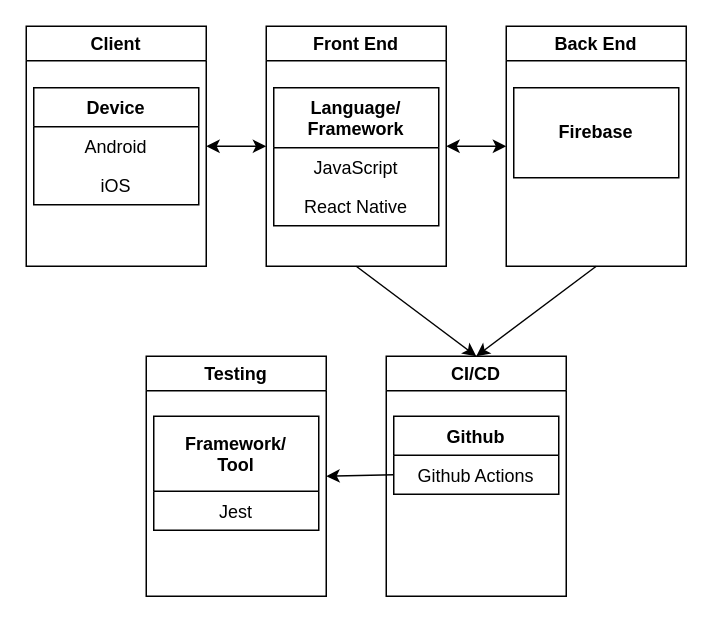
Above: design/Focat System Architecture.drawio in cyr123456789/Focat (draw.io), before the change. Source tidied: cells renumbered, new cells numbered last; positions are measured from the earlier drawing's top-left corner, leaving out a move shared by most shapes. Both pictures are drawn from the tidied source at 150%, with x=0, y=0 at pixel (26, 26).
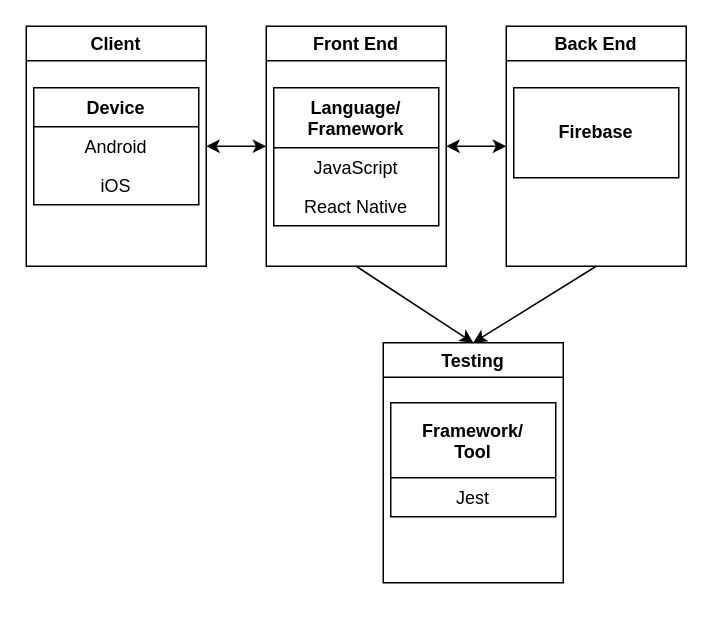
Above is the later version.

Commit message (it also covers changes not shown here):
Remove CICD from tech stack

Unchanged cells that the change refers to:
```xml
<mxCell id="6" value="Front End" style="swimlane;startSize=23;" parent="1" vertex="1">
  <mxGeometry x="160" width="120" height="160" as="geometry" />
</mxCell>
<mxCell id="10" value="Back End" style="swimlane;startSize=23;" parent="1" vertex="1">
  <mxGeometry x="320" width="120" height="160" as="geometry" />
</mxCell>
```

The edit, as a diff of the source:
```diff
@@
-    <mxCell id="12" value="CI/CD" style="swimlane;startSize=23;" parent="1" vertex="1">
-      <mxGeometry x="240" y="220" width="120" height="160" as="geometry" />
-    </mxCell>
-    <mxCell id="13" value="Github" style="swimlane;fontStyle=1;horizontal=1;startSize=26;fillColor=none;" parent="12" vertex="1">
-      <mxGeometry x="5" y="40" width="110" height="52" as="geometry" />
-    </mxCell>
-    <mxCell id="14" value="Github Actions" style="text;strokeColor=none;fillColor=none;align=center;verticalAlign=top;spacingLeft=4;spacingRight=4;overflow=hidden;points=[[0,0.5],[1,0.5]];portConstraint=eastwest;" parent="13" vertex="1">
-      <mxGeometry y="26" width="110" height="26" as="geometry" />
-    </mxCell>
     <mxCell id="15" value="Testing" style="swimlane;startSize=23;" parent="1" vertex="1">
-      <mxGeometry x="80" y="220" width="120" height="160" as="geometry" />
+      <mxGeometry x="238" y="211" width="120" height="160" as="geometry" />
     </mxCell>
@@
-    <mxCell id="20" style="endArrow=classic;html=1;rounded=0;exitX=0.5;exitY=1;exitDx=0;exitDy=0;entryX=0.5;entryY=0;entryDx=0;entryDy=0;" parent="1" edge="1" source="6" target="12">
-      <mxGeometry relative="1" as="geometry" />
-    </mxCell>
-    <mxCell id="21" style="endArrow=classic;html=1;rounded=0;exitX=0.5;exitY=1;exitDx=0;exitDy=0;entryX=0.5;entryY=0;entryDx=0;entryDy=0;" parent="1" edge="1" source="10" target="12">
-      <mxGeometry relative="1" as="geometry" />
-    </mxCell>
-    <mxCell id="22" style="endArrow=classic;html=1;rounded=0;exitX=0;exitY=0.5;exitDx=0;exitDy=0;" parent="1" edge="1" source="14">
-      <mxGeometry relative="1" as="geometry">
-        <mxPoint x="200" y="300" as="targetPoint" />
-      </mxGeometry>
-    </mxCell>
+    <mxCell id="23" style="endArrow=classic;html=1;rounded=0;exitX=0.5;exitY=1;exitDx=0;exitDy=0;entryX=0.5;entryY=0;entryDx=0;entryDy=0;" parent="1" edge="1" source="6" target="15">
+      <mxGeometry relative="1" as="geometry" />
+    </mxCell>
+    <mxCell id="24" style="endArrow=classic;html=1;rounded=0;exitX=0.5;exitY=1;exitDx=0;exitDy=0;entryX=0.5;entryY=0;entryDx=0;entryDy=0;" parent="1" edge="1" source="10" target="15">
+      <mxGeometry relative="1" as="geometry" />
+    </mxCell>
```
